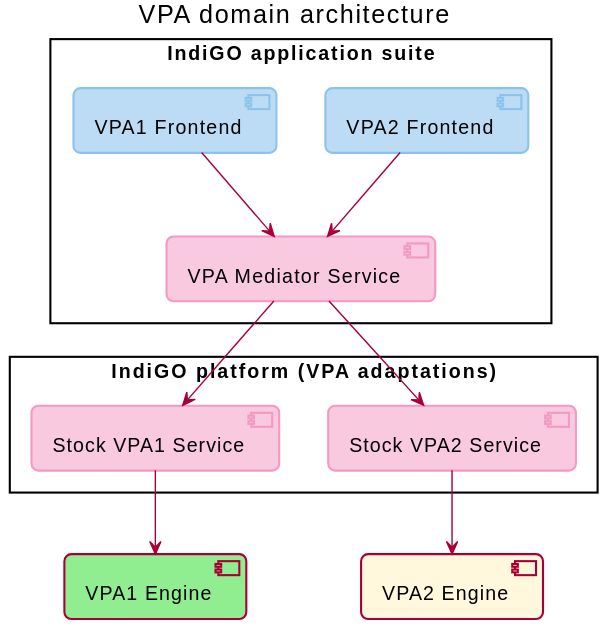
The PlantUML diagram docs/portal/src/documentation/development/platform-domains/images/vpa_domain-high-level-overview.svg in IngoHaumann-TomTom/tomtom-digital-cockpit-sdk-examples, before a commit. Source of this version:
```plantuml
@startuml
!include theme.plantuml
skinparam packageStyle rectangle

title VPA domain architecture

package "IndiGO application suite"<<Rectangle>> {
    [VPA2 Frontend]<<Frontend>>
    [VPA1 Frontend]<<Frontend>>
    [VPA Mediator Service]<<Service>>
}

package "IndiGO platform (VPA adaptations)" {
    [Stock VPA1 Service]<<Service>>
    [Stock VPA2 Service]<<Service>>
}
component [VPA1 Engine] #LightGreen
component [VPA2 Engine] #CornSilk

[VPA1 Frontend] --> [VPA Mediator Service]
[VPA2 Frontend] --> [VPA Mediator Service]
[VPA Mediator Service] --> [Stock VPA1 Service]
[VPA Mediator Service] --> [Stock VPA2 Service]
[Stock VPA1 Service] --> [VPA1 Engine]
[Stock VPA2 Service] --> [VPA2 Engine]

@enduml
```
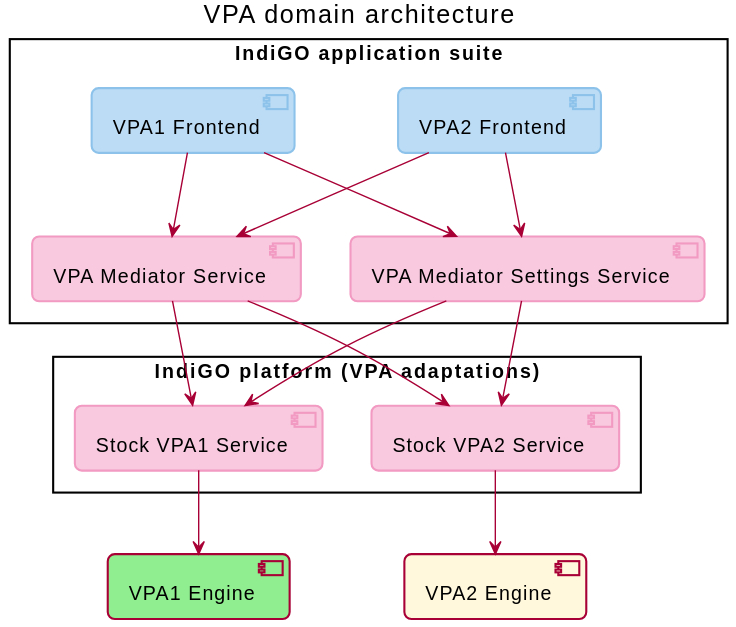
The same diagram one commit later.

Commit message:
Merged PR 21318: IVI-6326: Add some documentation about the VPA settings service

The edit, as a diff of the source:
```diff
@@ -8,6 +8,7 @@
     [VPA2 Frontend]<<Frontend>>
     [VPA1 Frontend]<<Frontend>>
     [VPA Mediator Service]<<Service>>
+    [VPA Mediator Settings Service]<<Service>>
 }
 
 package "IndiGO platform (VPA adaptations)" {
@@ -18,9 +19,13 @@
 component [VPA2 Engine] #CornSilk
 
 [VPA1 Frontend] --> [VPA Mediator Service]
+[VPA1 Frontend] --> [VPA Mediator Settings Service]
 [VPA2 Frontend] --> [VPA Mediator Service]
+[VPA2 Frontend] --> [VPA Mediator Settings Service]
 [VPA Mediator Service] --> [Stock VPA1 Service]
 [VPA Mediator Service] --> [Stock VPA2 Service]
+[VPA Mediator Settings Service] --> [Stock VPA1 Service]
+[VPA Mediator Settings Service] --> [Stock VPA2 Service]
 [Stock VPA1 Service] --> [VPA1 Engine]
 [Stock VPA2 Service] --> [VPA2 Engine]
 
```
